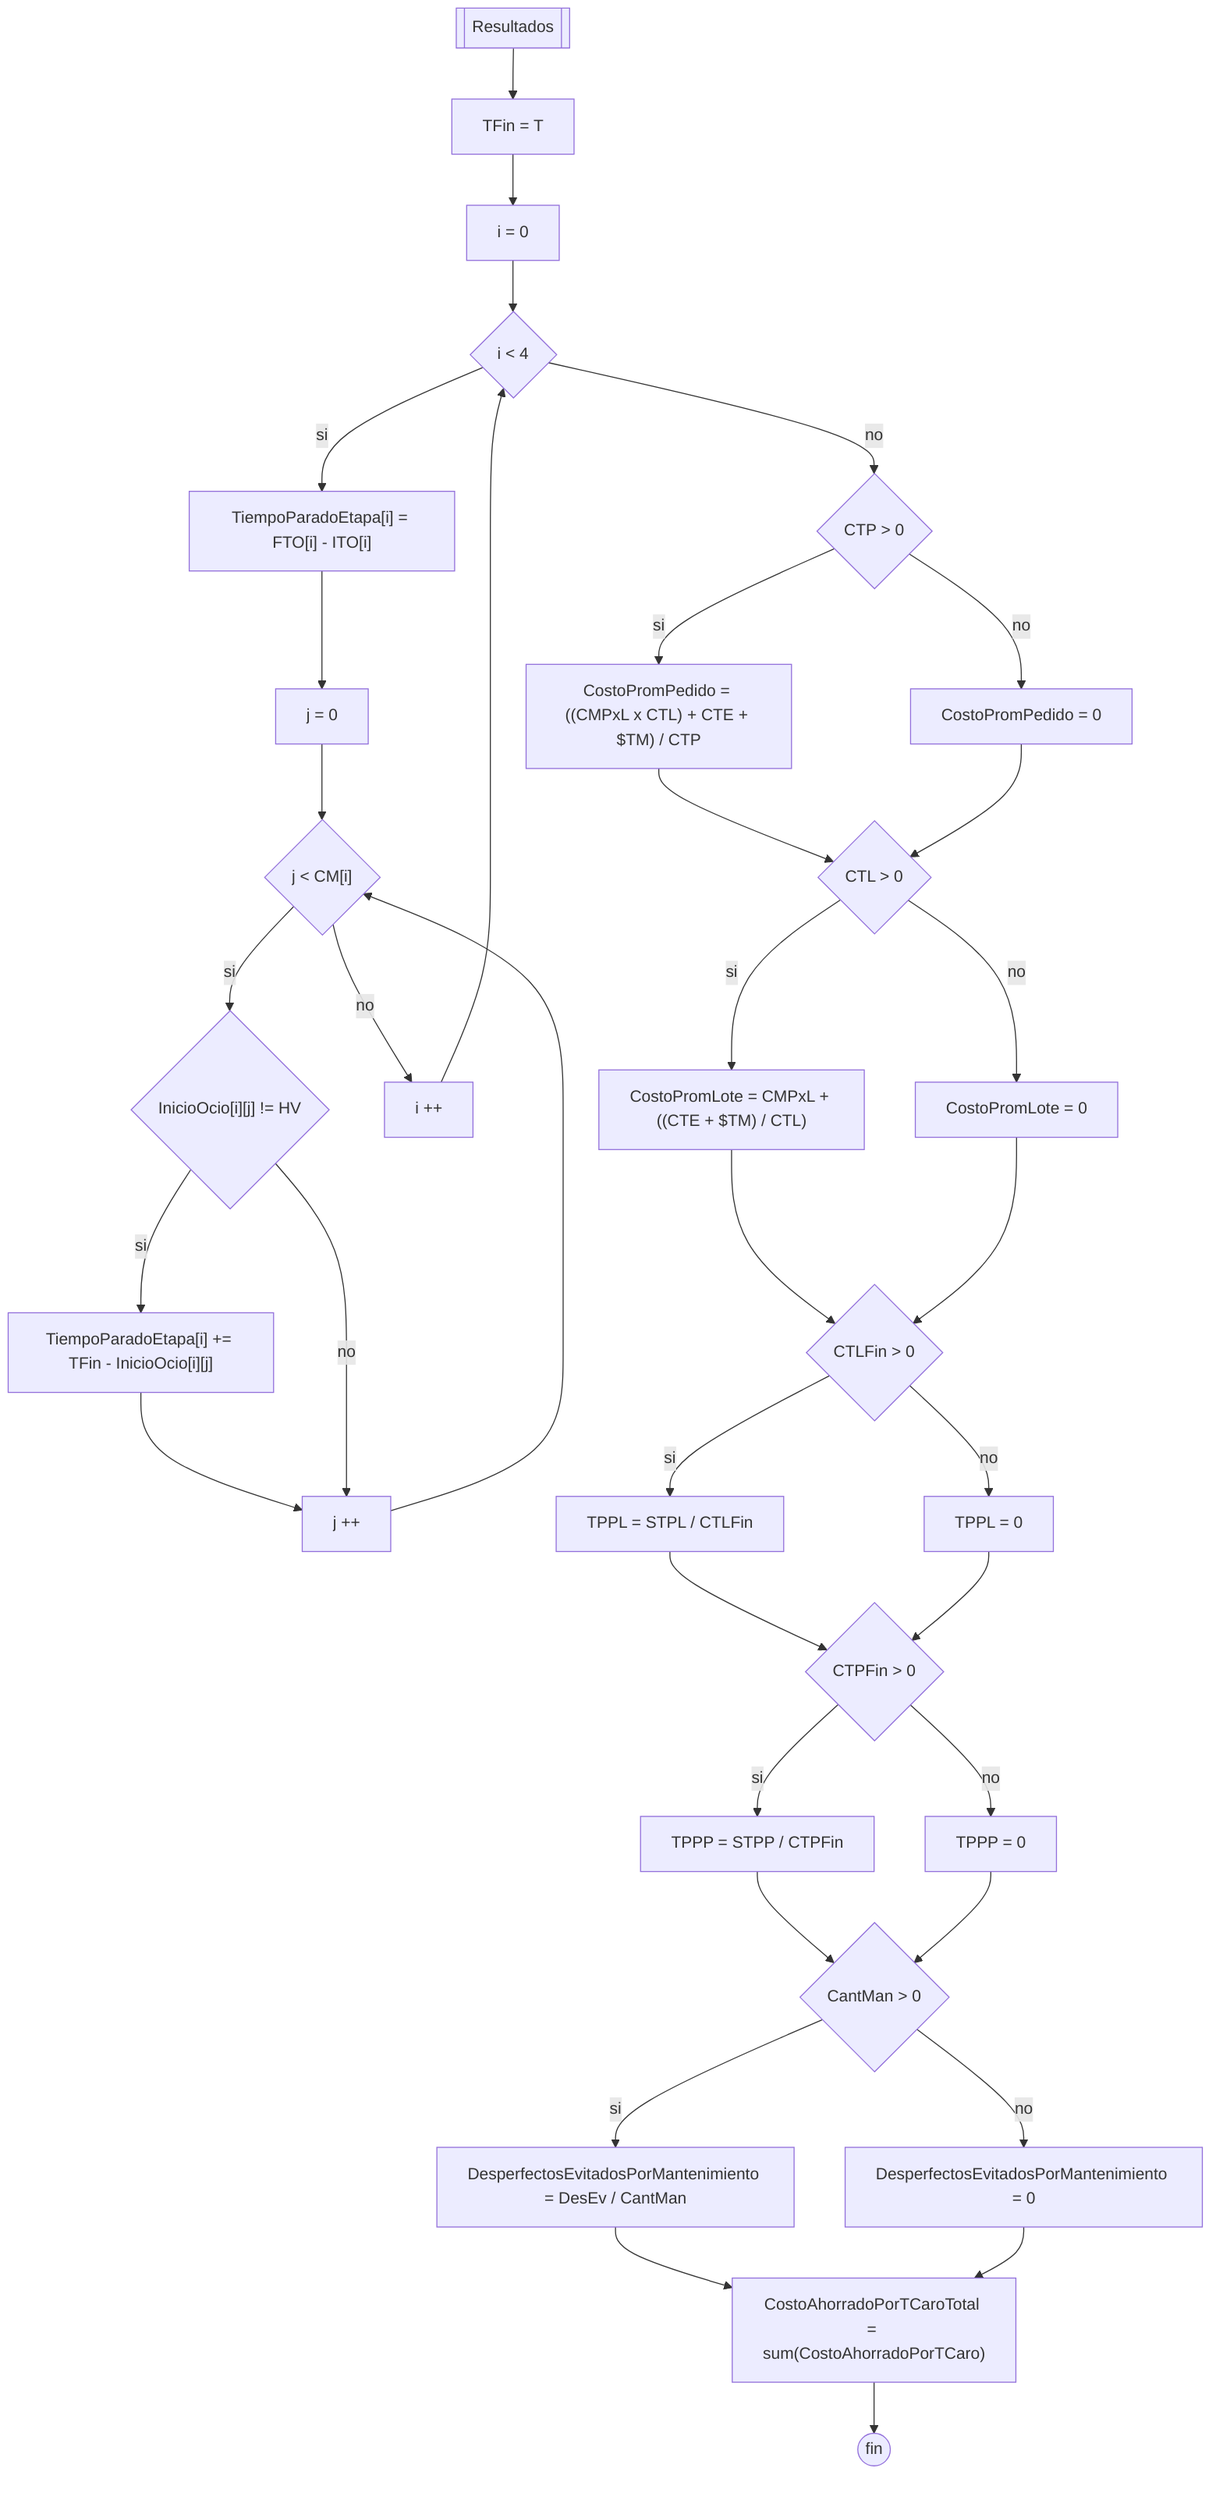
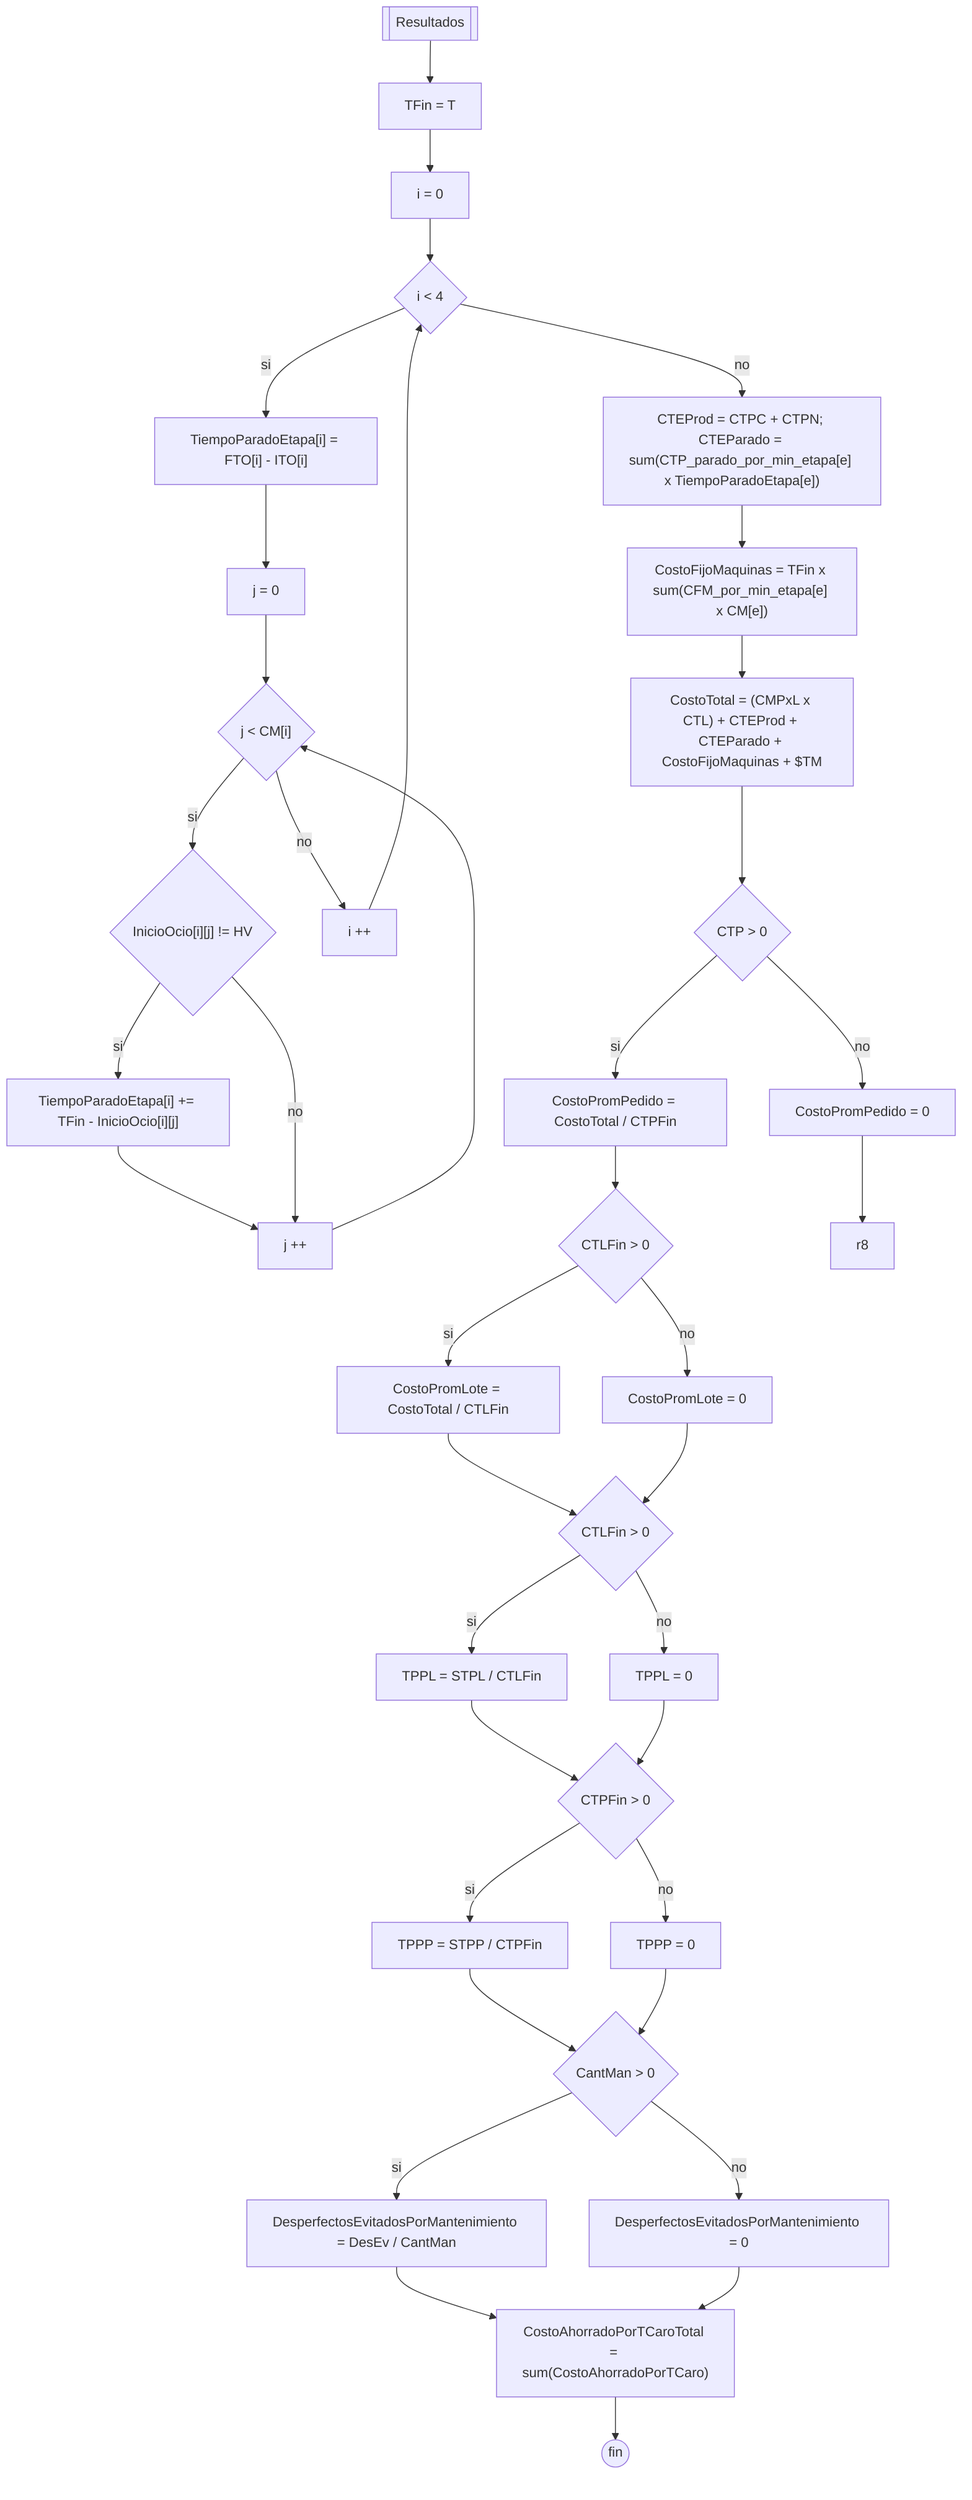
flowchart TD
    direction TD

    a[[Resultados]] --> b["TFin = T"]
    b --> c["i = 0"]
    c --> d{"i < 4"}
    d --> |si| e["TiempoParadoEtapa[i] = FTO[i] - ITO[i]"]
    e --> f["j = 0"]
    f --> g{"j < CM[i]"}
    g --> |si| h{"InicioOcio[i][j] != HV"}
    h --> |si| h1["TiempoParadoEtapa[i] += TFin - InicioOcio[i][j]"] --> h2["j ++"] --> g
    h --> |no| h2
    g --> |no| i1["i ++"] --> d
-     d --> |no| r1{"CTP > 0"}
-     r1 --> |si| r2["CostoPromPedido = ((CMPxL x CTL) + CTE + $TM) / CTP"] --> r4
-     r1 --> |no| r3["CostoPromPedido = 0"] --> r4
-     r4{"CTL > 0"} --> |si| r5["CostoPromLote = CMPxL + ((CTE + $TM) / CTL)"] --> r7
-     r4 --> |no| r6["CostoPromLote = 0"] --> r7
-     r7{"CTLFin > 0"} --> |si| r8["TPPL = STPL / CTLFin"] --> r10
-     r7 --> |no| r9["TPPL = 0"] --> r10
-     r10{"CTPFin > 0"} --> |si| r11["TPPP = STPP / CTPFin"] --> r13
-     r10 --> |no| r12["TPPP = 0"] --> r13
-     r13{"CantMan > 0"} --> |si| r14["DesperfectosEvitadosPorMantenimiento = DesEv / CantMan"] --> r16
-     r13 --> |no| r15["DesperfectosEvitadosPorMantenimiento = 0"] --> r16
-     r16["CostoAhorradoPorTCaroTotal = sum(CostoAhorradoPorTCaro)"] --> fin((fin))
+     d --> |no| r1["CTEProd = CTPC + CTPN; CTEParado = sum(CTP_parado_por_min_etapa[e] x TiempoParadoEtapa[e])"] --> r2["CostoFijoMaquinas = TFin x sum(CFM_por_min_etapa[e] x CM[e])"] --> r3["CostoTotal = (CMPxL x CTL) + CTEProd + CTEParado + CostoFijoMaquinas + $TM"] --> r4{"CTP > 0"}
+     r4 --> |si| r5["CostoPromPedido = CostoTotal / CTPFin"] --> r6
+     r4 --> |no| r7["CostoPromPedido = 0"] --> r8
+     r6{"CTLFin > 0"} --> |si| r9["CostoPromLote = CostoTotal / CTLFin"] --> r11
+     r6 --> |no| r10["CostoPromLote = 0"] --> r11
+     r11{"CTLFin > 0"} --> |si| r12["TPPL = STPL / CTLFin"] --> r14
+     r11 --> |no| r13["TPPL = 0"] --> r14
+     r14{"CTPFin > 0"} --> |si| r15["TPPP = STPP / CTPFin"] --> r17
+     r14 --> |no| r16["TPPP = 0"] --> r17
+     r17{"CantMan > 0"} --> |si| r18["DesperfectosEvitadosPorMantenimiento = DesEv / CantMan"] --> r20
+     r17 --> |no| r19["DesperfectosEvitadosPorMantenimiento = 0"] --> r20
+     r20["CostoAhorradoPorTCaroTotal = sum(CostoAhorradoPorTCaro)"] --> fin((fin))
